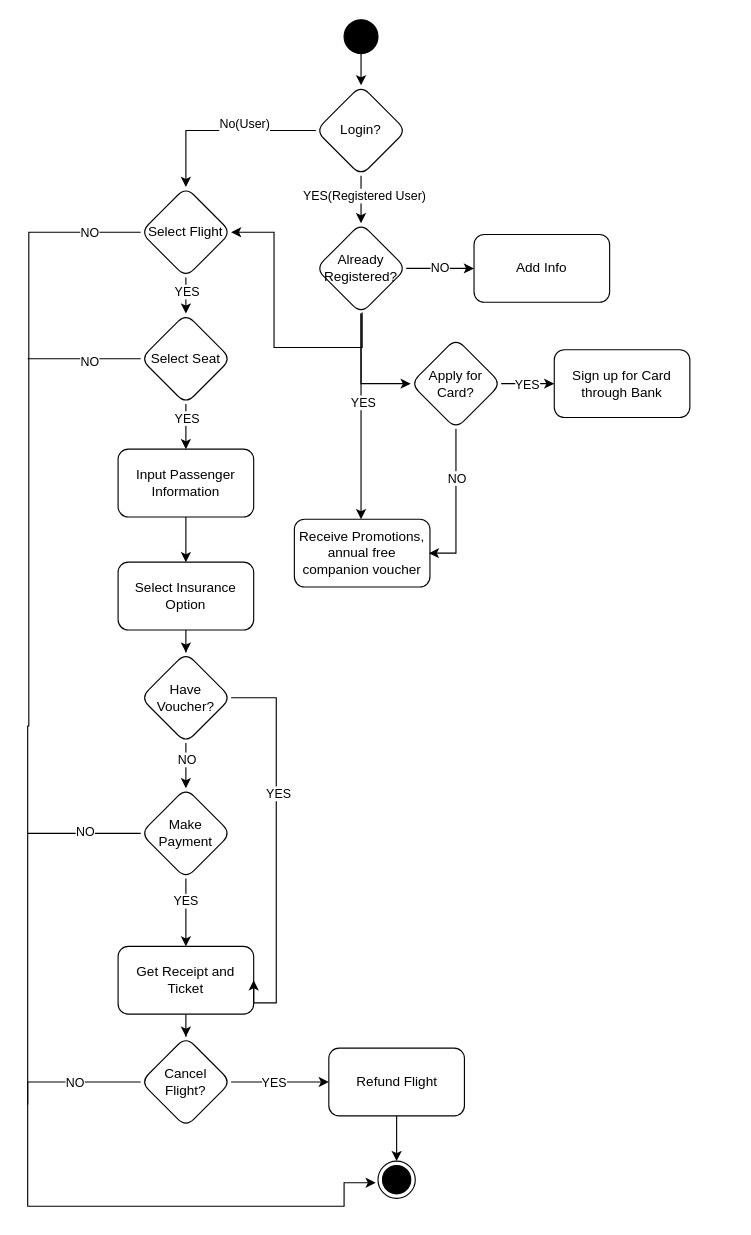
jsugimoto99/ENSF-614---Group-12 keeps this draw.io diagram as Diagrams/Activity Diagram.drawio. Above is the earlier version. Source tidied: cells renumbered, new cells numbered last; positions are measured from the earlier drawing's top-left corner, leaving out a move shared by most shapes. Both pictures are drawn from the tidied source at 113%, with x=0, y=0 at pixel (27, 19).
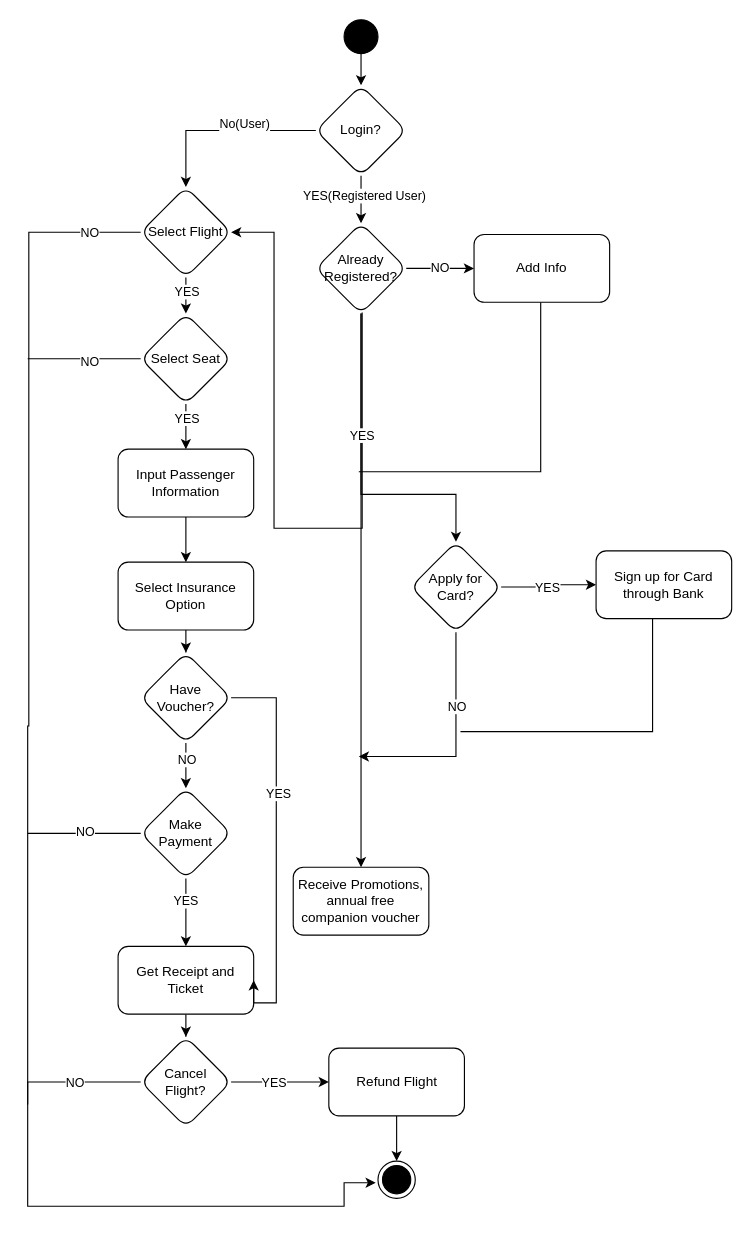
Above is the later version.

Unchanged cells that the change refers to:
```xml
<mxCell id="13" value="Select Flight" style="rhombus;whiteSpace=wrap;html=1;rounded=1;" parent="1" vertex="1">
  <mxGeometry x="100" y="148" width="80" height="80" as="geometry" />
</mxCell>
<mxCell id="43" value="Already Registered?" style="rhombus;whiteSpace=wrap;html=1;rounded=1;" parent="1" vertex="1">
  <mxGeometry x="255" y="180" width="80" height="80" as="geometry" />
</mxCell>
<mxCell id="53" value="Add Info" style="whiteSpace=wrap;html=1;rounded=1;" parent="1" vertex="1">
  <mxGeometry x="395" y="190" width="120" height="60" as="geometry" />
</mxCell>
```

What changed in the source:
```diff
@@
-    <mxCell id="37" style="edgeStyle=orthogonalEdgeStyle;rounded=0;jettySize=auto;html=1;" parent="1" edge="1" source="43">
-      <mxGeometry relative="1" as="geometry">
-        <mxPoint x="295" y="442" as="targetPoint" />
-      </mxGeometry>
+    <mxCell id="37" style="edgeStyle=orthogonalEdgeStyle;rounded=0;jettySize=auto;html=1;" parent="1" edge="1" source="43" target="44">
+      <mxGeometry relative="1" as="geometry" />
     </mxCell>
-    <mxCell id="38" value="YES" style="edgeLabel;html=1;align=center;verticalAlign=middle;" parent="37" vertex="1">
-      <mxGeometry x="-0.14" y="1" relative="1" as="geometry" />
-    </mxCell>
@@
     <mxCell id="41" style="edgeStyle=orthogonalEdgeStyle;rounded=0;jettySize=auto;html=1;entryX=1;entryY=0.5;entryDx=0;entryDy=0;" parent="1" edge="1" source="43" target="13">
       <mxGeometry relative="1" as="geometry">
         <Array as="points">
-          <mxPoint x="296" y="290" />
-          <mxPoint x="218" y="290" />
+          <mxPoint x="296" y="450" />
+          <mxPoint x="218" y="450" />
           <mxPoint x="218" y="188" />
         </Array>
       </mxGeometry>
     </mxCell>
     <mxCell id="42" style="edgeStyle=orthogonalEdgeStyle;rounded=0;jettySize=auto;html=1;" parent="1" edge="1" source="43" target="58">
       <mxGeometry relative="1" as="geometry">
         <Array as="points">
-          <mxPoint x="295" y="322" />
+          <mxPoint x="295" y="420" />
+          <mxPoint x="379" y="420" />
         </Array>
       </mxGeometry>
     </mxCell>
+    <mxCell id="38" value="YES" style="edgeLabel;html=1;align=center;verticalAlign=middle;" parent="42" vertex="1">
+      <mxGeometry x="-0.25" relative="1" as="geometry" />
+    </mxCell>
@@
     <mxCell id="44" value="Receive Promotions, annual free companion voucher" style="whiteSpace=wrap;html=1;rounded=1;" parent="1" vertex="1">
-      <mxGeometry x="236" y="442" width="120" height="60" as="geometry" />
+      <mxGeometry x="235" y="750" width="120" height="60" as="geometry" />
     </mxCell>
@@
+    <mxCell id="60" style="edgeStyle=orthogonalEdgeStyle;rounded=0;jettySize=auto;html=1;endArrow=none;endFill=0;" parent="1" edge="1" source="53">
+      <mxGeometry relative="1" as="geometry">
+        <mxPoint x="293" y="400" as="targetPoint" />
+        <Array as="points">
+          <mxPoint x="454" y="400" />
+        </Array>
+      </mxGeometry>
+    </mxCell>
@@
-    <mxCell id="54" style="edgeStyle=orthogonalEdgeStyle;rounded=0;jettySize=auto;html=1;entryX=1;entryY=0.5;entryDx=0;entryDy=0;" parent="1" edge="1" source="58">
+    <mxCell id="54" style="edgeStyle=orthogonalEdgeStyle;rounded=0;jettySize=auto;html=1;endArrow=classic;endFill=1;" parent="1" edge="1" source="58">
       <mxGeometry relative="1" as="geometry">
-        <mxPoint x="355" y="472" as="targetPoint" />
+        <mxPoint x="293" y="652" as="targetPoint" />
         <Array as="points">
-          <mxPoint x="379" y="472" />
+          <mxPoint x="379" y="652" />
         </Array>
       </mxGeometry>
     </mxCell>
@@
     <mxCell id="58" value="Apply for Card?" style="rhombus;whiteSpace=wrap;html=1;rounded=1;" parent="1" vertex="1">
-      <mxGeometry x="339" y="282" width="80" height="80" as="geometry" />
+      <mxGeometry x="339" y="462" width="80" height="80" as="geometry" />
     </mxCell>
+    <mxCell id="61" style="edgeStyle=orthogonalEdgeStyle;rounded=0;jettySize=auto;html=1;endArrow=none;endFill=0;" parent="1" edge="1" source="59">
+      <mxGeometry relative="1" as="geometry">
+        <mxPoint x="383" y="630" as="targetPoint" />
+        <Array as="points">
+          <mxPoint x="553" y="630" />
+        </Array>
+      </mxGeometry>
+    </mxCell>
     <mxCell id="59" value="Sign up for Card through Bank" style="whiteSpace=wrap;html=1;rounded=1;" parent="1" vertex="1">
-      <mxGeometry x="466" y="292" width="120" height="60" as="geometry" />
+      <mxGeometry x="503" y="470" width="120" height="60" as="geometry" />
     </mxCell>
```
